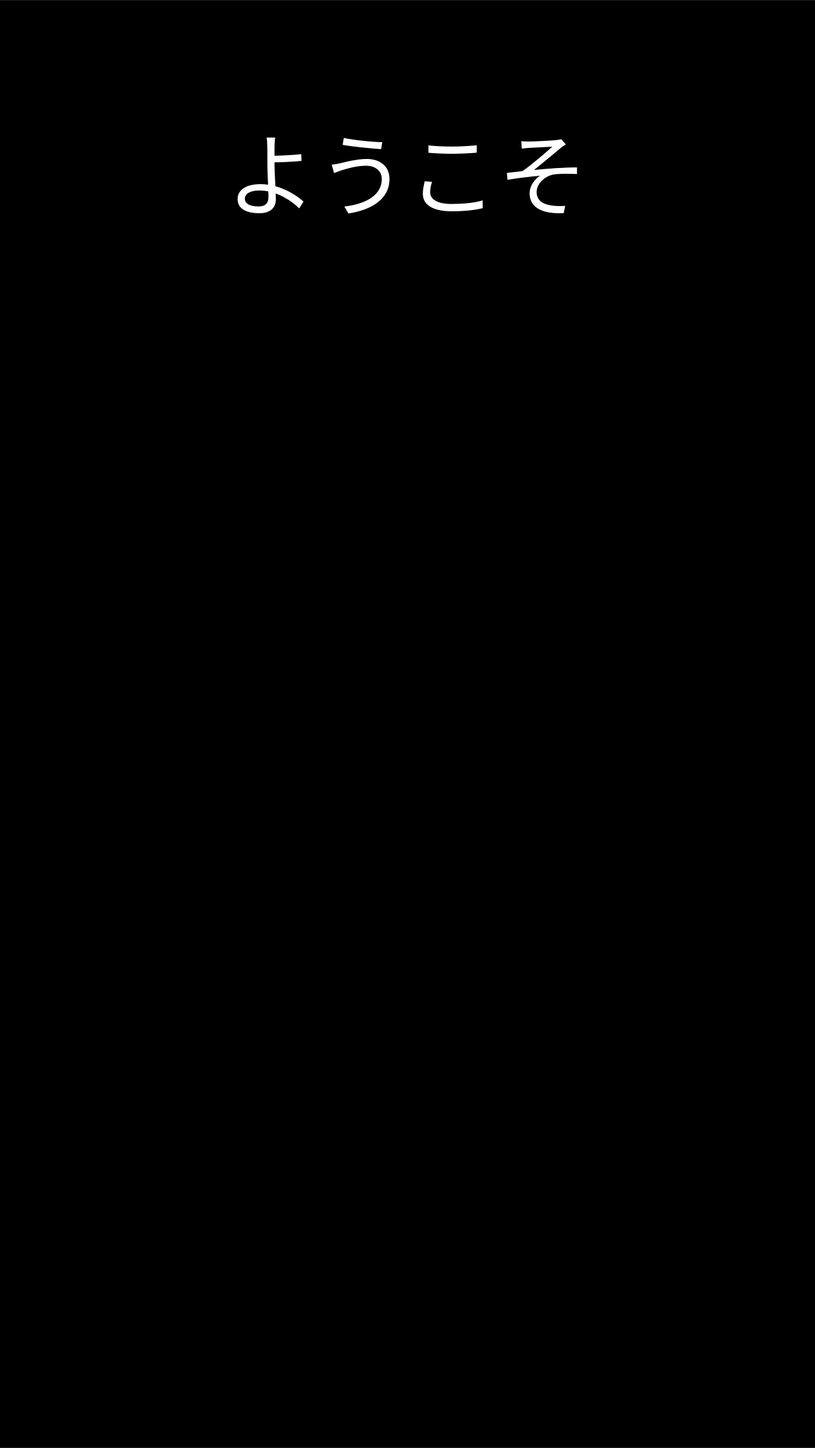
Before: src/main/resources/login.drawio.svg, a diagram exported from draw.io (JohnDoe2525/Original). Source tidied: cells renumbered, new cells last; positions are measured from the earlier drawing's top-left corner, leaving out a move shared by most shapes. Its diagram source:
```xml
<mxGraphModel>
  <root>
    <mxCell id="0" />
    <mxCell id="1" parent="0" />
    <mxCell id="2" style="rounded=0;whiteSpace=wrap;html=1;fillColor=#000000;" parent="1" vertex="1">
      <mxGeometry width="900" height="1600" as="geometry" />
    </mxCell>
    <mxCell id="3" value="ようこそ" style="text;html=1;strokeColor=none;fillColor=none;align=center;verticalAlign=middle;whiteSpace=wrap;rounded=0;fontSize=100;fontColor=#FFFFFF;" parent="1" vertex="1">
      <mxGeometry x="210" y="130" width="480" height="130" as="geometry" />
    </mxCell>
  </root>
</mxGraphModel>
```
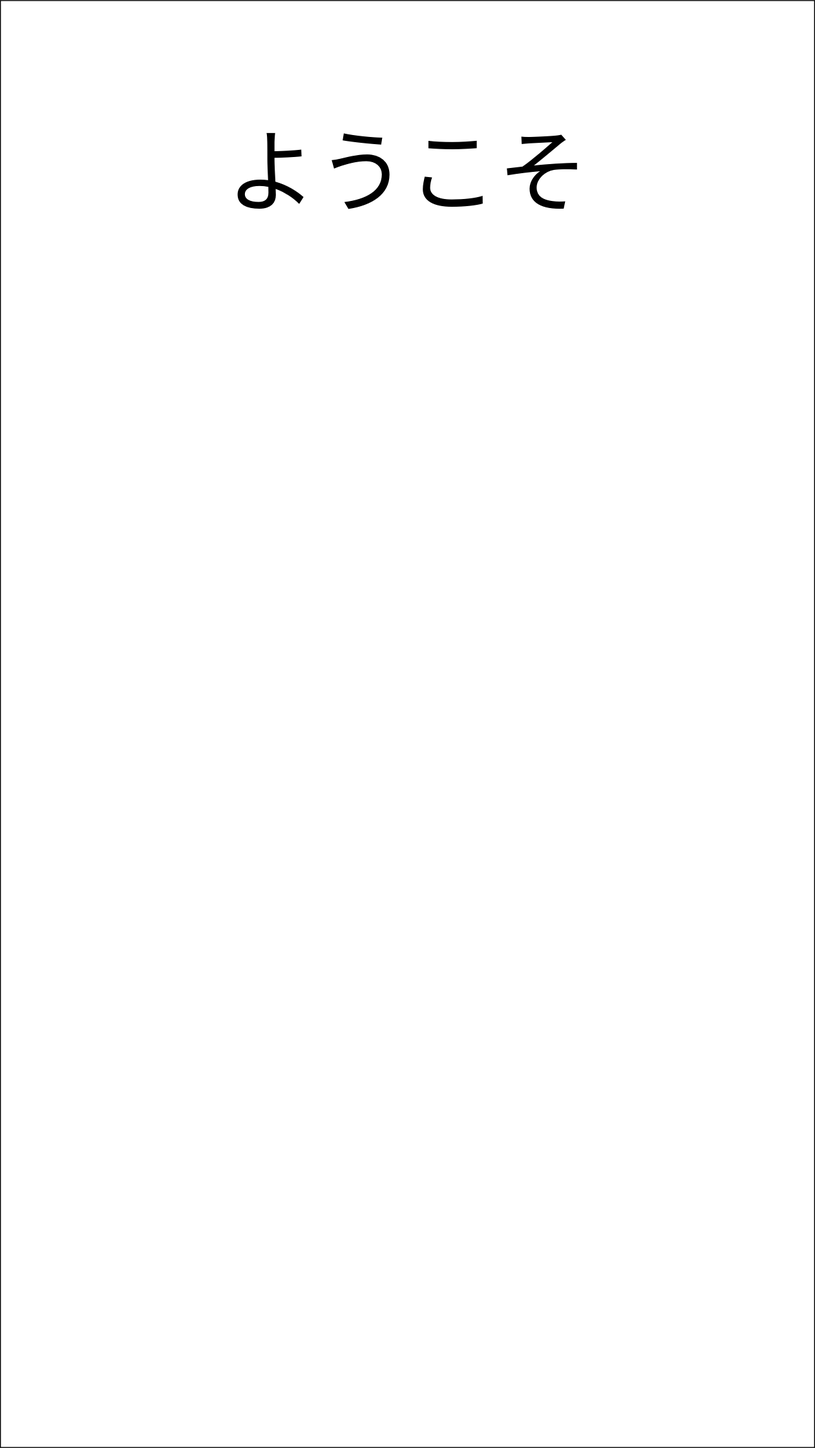
The same diagram one commit later.

Commit message:
login.drawio.svg を追加しました。

Diff of the diagram source:
```diff
@@ -2,11 +2,11 @@
   <root>
     <mxCell id="0" />
     <mxCell id="1" parent="0" />
-    <mxCell id="2" style="rounded=0;whiteSpace=wrap;html=1;fillColor=#000000;" parent="1" vertex="1">
-      <mxGeometry width="900" height="1600" as="geometry" />
-    </mxCell>
+    <mxCell id="4" style="rounded=0;whiteSpace=wrap;html=1;" parent="1" vertex="1">
+      <mxGeometry x="60" y="10" width="900" height="1600" as="geometry" />
+    </mxCell>
-    <mxCell id="3" value="ようこそ" style="text;html=1;strokeColor=none;fillColor=none;align=center;verticalAlign=middle;whiteSpace=wrap;rounded=0;fontSize=100;fontColor=#FFFFFF;" parent="1" vertex="1">
-      <mxGeometry x="210" y="130" width="480" height="130" as="geometry" />
+    <mxCell id="3" value="ようこそ" style="text;html=1;strokeColor=none;fillColor=none;align=center;verticalAlign=middle;whiteSpace=wrap;rounded=0;fontColor=#000000;fontSize=100;" parent="1" vertex="1">
+      <mxGeometry x="210" y="130" width="600" height="140" as="geometry" />
     </mxCell>
   </root>
 </mxGraphModel>
```
